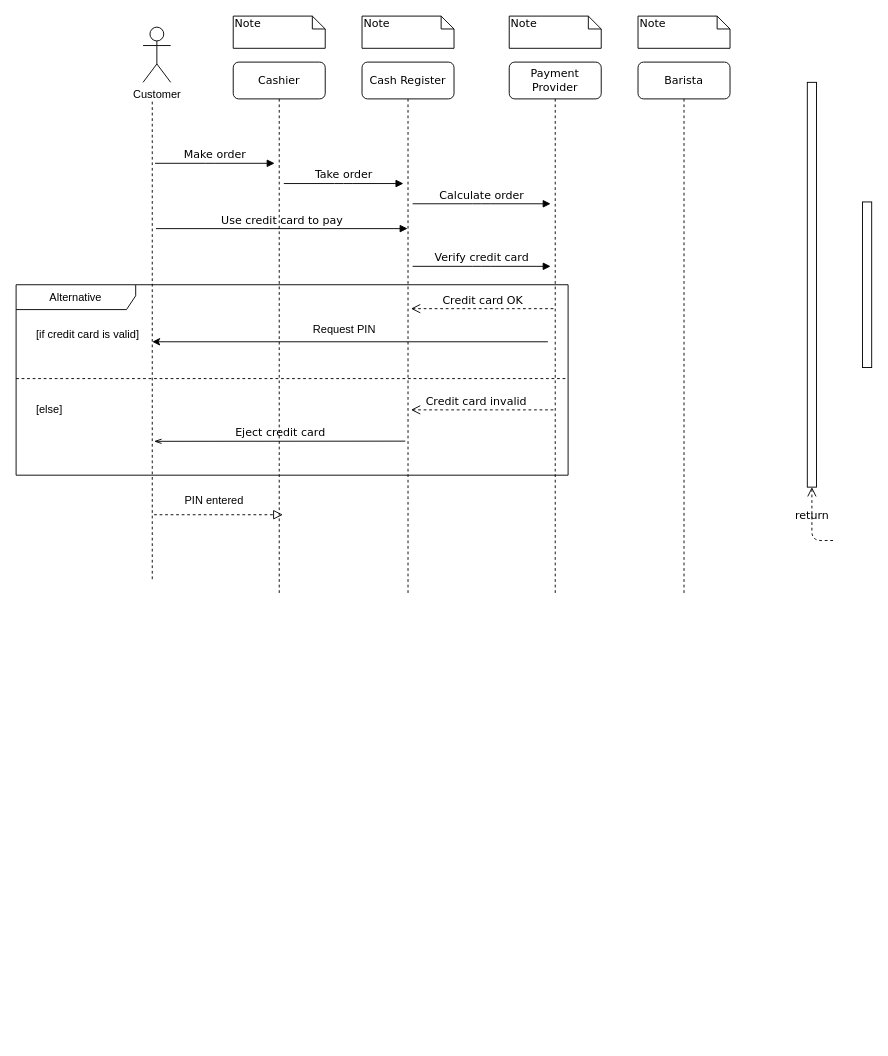
Before: UML_Sequence.drawio in adriennhorvath/architecture, a draw.io diagram. Source tidied: cells renumbered, new cells numbered last; positions are measured from the earlier drawing's top-left corner, leaving out a move shared by most shapes. Both pictures are drawn from the tidied source at 92%, with x=0, y=0 at pixel (16, 16).
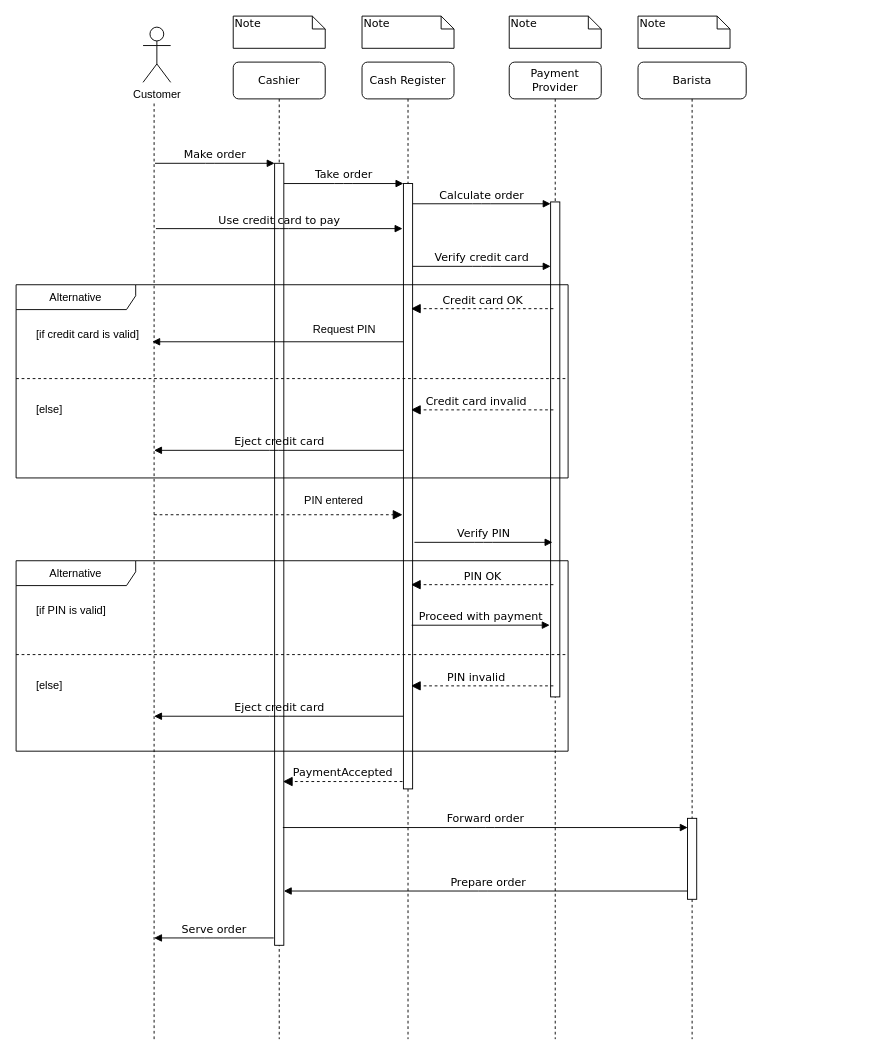
Above is the later version.

Change to the diagram source:
```diff
@@
     <mxCell id="2" value="Cash Register" style="shape=umlLifeline;perimeter=lifelinePerimeter;whiteSpace=wrap;html=1;outlineConnect=0;rounded=1;shadow=0;comic=0;labelBackgroundColor=none;strokeWidth=1;fontFamily=Verdana;fontSize=12;align=center;" parent="1" vertex="1">
-      <mxGeometry x="376" y="50" width="100" height="580" as="geometry" />
+      <mxGeometry x="376" y="50" width="100" height="1062" as="geometry" />
     </mxCell>
@@
+    <mxCell id="30" style="html=1;points=[[0,0,0,0,5],[0,1,0,0,-5],[1,0,0,0,5],[1,1,0,0,-5]];perimeter=orthogonalPerimeter;outlineConnect=0;targetShapes=umlLifeline;portConstraint=eastwest;newEdgeStyle={&quot;curved&quot;:0,&quot;rounded&quot;:0};fillColor=#FFFFFF;" parent="2" vertex="1">
+      <mxGeometry x="45" y="132" width="10" height="658" as="geometry" />
+    </mxCell>
     <mxCell id="4" value="Payment Provider" style="shape=umlLifeline;perimeter=lifelinePerimeter;whiteSpace=wrap;html=1;rounded=1;shadow=0;comic=0;labelBackgroundColor=none;strokeWidth=1;fontFamily=Verdana;fontSize=12;align=center;" parent="1" vertex="1">
-      <mxGeometry x="536" y="50" width="100" height="580" as="geometry" />
+      <mxGeometry x="536" y="50" width="100" height="1062" as="geometry" />
     </mxCell>
+    <mxCell id="31" value="Prepare order" style="html=1;verticalAlign=bottom;endArrow=none;labelBackgroundColor=none;fontFamily=Verdana;fontSize=12;edgeStyle=elbowEdgeStyle;elbow=vertical;startFill=1;startArrow=block;" parent="4" edge="1" source="34">
+      <mxGeometry relative="1" as="geometry">
+        <mxPoint x="198.5" y="901" as="targetPoint" />
+      </mxGeometry>
+    </mxCell>
+    <mxCell id="32" style="html=1;perimeter=orthogonalPerimeter;targetShapes=umlLifeline;newEdgeStyle={&quot;curved&quot;:0,&quot;rounded&quot;:0};" parent="4" vertex="1">
+      <mxGeometry x="45" y="152" width="10" height="538" as="geometry" />
+    </mxCell>
     <mxCell id="5" value="Barista" style="shape=umlLifeline;perimeter=lifelinePerimeter;whiteSpace=wrap;html=1;rounded=1;shadow=0;comic=0;labelBackgroundColor=none;strokeWidth=1;fontFamily=Verdana;fontSize=12;align=center;" parent="1" vertex="1">
-      <mxGeometry x="676" y="50" width="100" height="580" as="geometry" />
+      <mxGeometry x="676" y="50" width="117.6" height="1062" as="geometry" />
     </mxCell>
+    <mxCell id="33" style="html=1;perimeter=orthogonalPerimeter;targetShapes=umlLifeline;newEdgeStyle={&quot;curved&quot;:0,&quot;rounded&quot;:0};" parent="5" vertex="1">
+      <mxGeometry x="53.8" y="822" width="10" height="88" as="geometry" />
+    </mxCell>
     <mxCell id="6" value="Cashier" style="shape=umlLifeline;perimeter=lifelinePerimeter;whiteSpace=wrap;html=1;rounded=1;shadow=0;comic=0;labelBackgroundColor=none;strokeWidth=1;fontFamily=Verdana;fontSize=12;align=center;" parent="1" vertex="1">
-      <mxGeometry x="236" y="50" width="100" height="580" as="geometry" />
+      <mxGeometry x="236" y="50" width="100" height="1062" as="geometry" />
     </mxCell>
@@
     <mxCell id="8" style="endArrow=none;dashed=1;html=1;rounded=0;" parent="6" edge="1">
       <mxGeometry relative="1" as="geometry">
-        <mxPoint x="-88" y="562" as="sourcePoint" />
-        <mxPoint x="-88" y="42" as="targetPoint" />
+        <mxPoint x="-86" y="1062" as="sourcePoint" />
+        <mxPoint x="-86" y="42" as="targetPoint" />
       </mxGeometry>
     </mxCell>
+    <mxCell id="34" style="html=1;points=[[0,0,0,0,5],[0,1,0,0,-5],[1,0,0,0,5],[1,1,0,0,-5]];perimeter=orthogonalPerimeter;outlineConnect=0;targetShapes=umlLifeline;portConstraint=eastwest;newEdgeStyle={&quot;curved&quot;:0,&quot;rounded&quot;:0};" parent="6" vertex="1">
+      <mxGeometry x="45" y="110" width="10" height="850" as="geometry" />
+    </mxCell>
-    <mxCell id="9" value="Use credit card to pay" style="html=1;verticalAlign=bottom;endArrow=block;labelBackgroundColor=none;fontFamily=Verdana;fontSize=12;edgeStyle=elbowEdgeStyle;elbow=vertical;" parent="6" edge="1" target="2">
+    <mxCell id="9" value="Use credit card to pay" style="html=1;verticalAlign=bottom;endArrow=block;labelBackgroundColor=none;fontFamily=Verdana;fontSize=12;edgeStyle=elbowEdgeStyle;elbow=vertical;" parent="6" edge="1">
       <mxGeometry relative="1" as="geometry">
         <mxPoint x="-84" y="181" as="sourcePoint" />
+        <mxPoint x="184" y="181" as="targetPoint" />
       </mxGeometry>
     </mxCell>
-    <mxCell id="10" style="html=1;perimeter=orthogonalPerimeter;rounded=0;shadow=0;comic=0;labelBackgroundColor=none;strokeWidth=1;fontFamily=Verdana;fontSize=12;align=center;" parent="1" vertex="1">
-      <mxGeometry x="920" y="202" width="10" height="180" as="geometry" />
-    </mxCell>
-    <mxCell id="11" value="Credit card OK" style="html=1;verticalAlign=bottom;endArrow=open;dashed=1;endSize=8;labelBackgroundColor=none;fontFamily=Verdana;fontSize=12;edgeStyle=elbowEdgeStyle;elbow=vertical;" parent="1" edge="1">
+    <mxCell id="11" value="Credit card OK" style="html=1;verticalAlign=bottom;endArrow=block;dashed=1;endSize=8;labelBackgroundColor=none;fontFamily=Verdana;fontSize=12;edgeStyle=elbowEdgeStyle;elbow=vertical;endFill=1;" parent="1" edge="1">
       <mxGeometry relative="1" as="geometry">
         <mxPoint x="584" y="318" as="sourcePoint" />
         <mxPoint x="429.2" y="318" as="targetPoint" />
         <Array as="points">
           <mxPoint x="528" y="318" />
           <mxPoint x="558" y="318" />
         </Array>
       </mxGeometry>
     </mxCell>
-    <mxCell id="12" value="return" style="html=1;verticalAlign=bottom;endArrow=open;dashed=1;endSize=8;labelBackgroundColor=none;fontFamily=Verdana;fontSize=12;edgeStyle=elbowEdgeStyle;elbow=vertical;" parent="1" edge="1" target="25">
-      <mxGeometry relative="1" as="geometry">
-        <mxPoint x="888" y="570" as="sourcePoint" />
-        <Array as="points">
-          <mxPoint x="588" y="570" />
-        </Array>
-      </mxGeometry>
-    </mxCell>
@@
-    <mxCell id="19" style="endArrow=classic;html=1;rounded=0;" parent="1" edge="1">
+    <mxCell id="19" style="endArrow=block;html=1;rounded=0;endFill=1;" parent="1" edge="1" source="30">
       <mxGeometry relative="1" as="geometry">
-        <mxPoint x="578" y="354" as="sourcePoint" />
         <mxPoint x="148" y="354" as="targetPoint" />
       </mxGeometry>
     </mxCell>
@@
     <mxCell id="21" value="Alternative" style="shape=umlFrame;whiteSpace=wrap;html=1;width=130;height=27;" parent="1" vertex="1">
-      <mxGeometry y="292" width="600" height="207" as="geometry" />
+      <mxGeometry y="292" width="600" height="210" as="geometry" />
     </mxCell>
@@
-    <mxCell id="24" value="Eject credit card" style="html=1;verticalAlign=bottom;endArrow=none;labelBackgroundColor=none;fontFamily=Verdana;fontSize=12;edgeStyle=elbowEdgeStyle;elbow=vertical;startFill=0;startArrow=openThin;" parent="21" edge="1">
+    <mxCell id="24" value="Eject credit card" style="html=1;verticalAlign=bottom;endArrow=none;labelBackgroundColor=none;fontFamily=Verdana;fontSize=12;edgeStyle=elbowEdgeStyle;elbow=vertical;startFill=1;startArrow=block;" parent="21" edge="1" target="30">
       <mxGeometry relative="1" as="geometry">
-        <mxPoint x="150" y="170.2" as="sourcePoint" />
-        <mxPoint x="423" y="170.2" as="targetPoint" />
+        <mxPoint x="150" y="180" as="sourcePoint" />
       </mxGeometry>
     </mxCell>
-    <mxCell id="25" style="html=1;points=[];perimeter=orthogonalPerimeter;rounded=0;shadow=0;comic=0;labelBackgroundColor=none;strokeWidth=1;fontFamily=Verdana;fontSize=12;align=center;" parent="1" vertex="1">
-      <mxGeometry x="860" y="72" width="10" height="440" as="geometry" />
-    </mxCell>
@@
-    <mxCell id="27" value="Credit card invalid" style="html=1;verticalAlign=bottom;endArrow=open;dashed=1;endSize=8;labelBackgroundColor=none;fontFamily=Verdana;fontSize=12;edgeStyle=elbowEdgeStyle;elbow=vertical;" parent="1" edge="1">
+    <mxCell id="27" value="Credit card invalid" style="html=1;verticalAlign=bottom;endArrow=block;dashed=1;endSize=8;labelBackgroundColor=none;fontFamily=Verdana;fontSize=12;edgeStyle=elbowEdgeStyle;elbow=vertical;endFill=1;" parent="1" edge="1">
       <mxGeometry x="0.09" relative="1" as="geometry">
         <mxPoint x="584" y="428" as="sourcePoint" />
         <mxPoint x="429.2" y="428" as="targetPoint" />
         <Array as="points">
           <mxPoint x="528" y="428" />
           <mxPoint x="558" y="428" />
         </Array>
       </mxGeometry>
     </mxCell>
+    <mxCell id="29" style="endArrow=block;startArrow=none;endFill=1;startFill=0;endSize=8;html=1;verticalAlign=bottom;dashed=1;labelBackgroundColor=none;rounded=0;" parent="1" edge="1">
+      <mxGeometry relative="1" as="geometry">
+        <mxPoint x="150" y="542" as="sourcePoint" />
+        <mxPoint x="420" y="542" as="targetPoint" />
+      </mxGeometry>
+    </mxCell>
+    <mxCell id="35" value="Verify PIN" style="html=1;verticalAlign=bottom;endArrow=block;entryX=0;entryY=0;labelBackgroundColor=none;fontFamily=Verdana;fontSize=12;edgeStyle=elbowEdgeStyle;elbow=horizontal;" parent="1" edge="1">
+      <mxGeometry relative="1" as="geometry">
+        <mxPoint x="433" y="572" as="sourcePoint" />
+        <mxPoint x="583" y="572" as="targetPoint" />
+      </mxGeometry>
+    </mxCell>
+    <mxCell id="36" value="Alternative" style="shape=umlFrame;whiteSpace=wrap;html=1;width=130;height=27;" parent="1" vertex="1">
+      <mxGeometry y="592" width="600" height="207" as="geometry" />
+    </mxCell>
+    <mxCell id="37" value="[if PIN is valid]" style="text;html=1;" parent="36" vertex="1">
+      <mxGeometry width="100" height="20" relative="1" as="geometry">
+        <mxPoint x="20" y="40" as="offset" />
+      </mxGeometry>
+    </mxCell>
+    <mxCell id="38" value="[else]" style="line;strokeWidth=1;dashed=1;labelPosition=center;verticalLabelPosition=bottom;align=left;verticalAlign=top;spacingLeft=20;spacingTop=15;html=1;whiteSpace=wrap;" parent="36" vertex="1">
+      <mxGeometry y="97" width="600" height="10" as="geometry" />
+    </mxCell>
+    <mxCell id="39" value="Eject credit card" style="html=1;verticalAlign=bottom;endArrow=none;labelBackgroundColor=none;fontFamily=Verdana;fontSize=12;edgeStyle=elbowEdgeStyle;elbow=vertical;startFill=1;startArrow=block;" parent="36" edge="1" target="30">
+      <mxGeometry relative="1" as="geometry">
+        <mxPoint x="150" y="169" as="sourcePoint" />
+      </mxGeometry>
+    </mxCell>
+    <mxCell id="40" value="Proceed with payment" style="html=1;verticalAlign=bottom;endArrow=block;entryX=0;entryY=0;labelBackgroundColor=none;fontFamily=Verdana;fontSize=12;edgeStyle=elbowEdgeStyle;elbow=vertical;" parent="36" edge="1">
+      <mxGeometry relative="1" as="geometry">
+        <mxPoint x="430" y="70.1" as="sourcePoint" />
+        <mxPoint x="580" y="70.1" as="targetPoint" />
+      </mxGeometry>
+    </mxCell>
+    <mxCell id="41" value="PIN invalid" style="html=1;verticalAlign=bottom;endArrow=block;dashed=1;endSize=8;labelBackgroundColor=none;fontFamily=Verdana;fontSize=12;edgeStyle=elbowEdgeStyle;elbow=vertical;endFill=1;" parent="1" edge="1">
+      <mxGeometry x="0.09" relative="1" as="geometry">
+        <mxPoint x="584" y="728" as="sourcePoint" />
+        <mxPoint x="429.2" y="728" as="targetPoint" />
+        <Array as="points">
+          <mxPoint x="528" y="728" />
+          <mxPoint x="558" y="728" />
+        </Array>
+      </mxGeometry>
+    </mxCell>
+    <mxCell id="42" value="PIN OK" style="html=1;verticalAlign=bottom;endArrow=block;dashed=1;endSize=8;labelBackgroundColor=none;fontFamily=Verdana;fontSize=12;edgeStyle=elbowEdgeStyle;elbow=vertical;endFill=1;" parent="1" edge="1">
+      <mxGeometry relative="1" as="geometry">
+        <mxPoint x="584" y="618" as="sourcePoint" />
+        <mxPoint x="429.2" y="618" as="targetPoint" />
+        <Array as="points">
+          <mxPoint x="528" y="618" />
+          <mxPoint x="558" y="618" />
+        </Array>
+      </mxGeometry>
+    </mxCell>
+    <mxCell id="43" value="PaymentAccepted" style="html=1;verticalAlign=bottom;endArrow=block;dashed=1;endSize=8;labelBackgroundColor=none;fontFamily=Verdana;fontSize=12;edgeStyle=elbowEdgeStyle;elbow=vertical;endFill=1;" parent="1" edge="1">
+      <mxGeometry relative="1" as="geometry">
+        <mxPoint x="420" y="832" as="sourcePoint" />
+        <mxPoint x="290" y="832" as="targetPoint" />
+      </mxGeometry>
+    </mxCell>
+    <mxCell id="44" value="Forward order" style="html=1;verticalAlign=bottom;endArrow=block;labelBackgroundColor=none;fontFamily=Verdana;fontSize=12;edgeStyle=elbowEdgeStyle;elbow=vertical;" parent="1" edge="1">
+      <mxGeometry relative="1" as="geometry">
+        <mxPoint x="290" y="882" as="sourcePoint" />
+        <mxPoint x="730" y="882" as="targetPoint" />
+      </mxGeometry>
+    </mxCell>
+    <mxCell id="45" value="Serve order" style="html=1;verticalAlign=bottom;endArrow=none;labelBackgroundColor=none;fontFamily=Verdana;fontSize=12;edgeStyle=elbowEdgeStyle;elbow=vertical;startFill=1;startArrow=block;" parent="1" edge="1">
+      <mxGeometry relative="1" as="geometry">
+        <mxPoint x="150" y="1002" as="sourcePoint" />
+        <mxPoint x="280" y="1002" as="targetPoint" />
+      </mxGeometry>
+    </mxCell>
     <mxCell id="28" value="PIN entered" style="text;html=1;align=center;verticalAlign=middle;strokeColor=none;fillColor=none;" parent="1" vertex="1">
-      <mxGeometry x="170" y="512" width="90" height="30" as="geometry" />
+      <mxGeometry x="300" y="512" width="90" height="30" as="geometry" />
     </mxCell>
-    <mxCell id="29" style="endArrow=block;startArrow=none;endFill=0;startFill=0;endSize=8;html=1;verticalAlign=bottom;dashed=1;labelBackgroundColor=none;rounded=0;" parent="1" edge="1">
-      <mxGeometry relative="1" as="geometry">
-        <mxPoint x="150" y="542" as="sourcePoint" />
-        <mxPoint x="290" y="542" as="targetPoint" />
-      </mxGeometry>
-    </mxCell>
```
